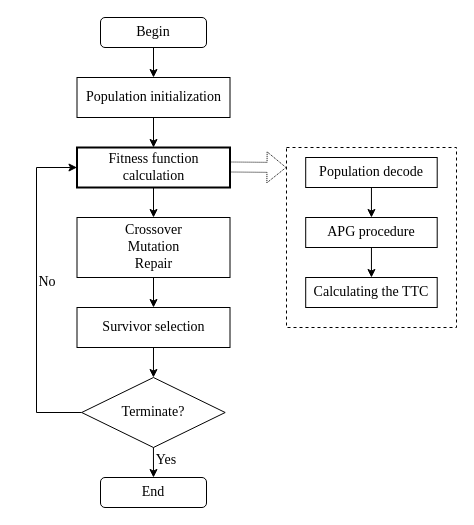
Above: 未命名绘图.drawio in qiaoD/algu (draw.io), before the change. Source tidied: cells renumbered, new cells numbered last; positions are measured from the earlier drawing's top-left corner, leaving out a move shared by most shapes. Both pictures are drawn from the tidied source at 100%, with x=0, y=0 at pixel (17, 17).
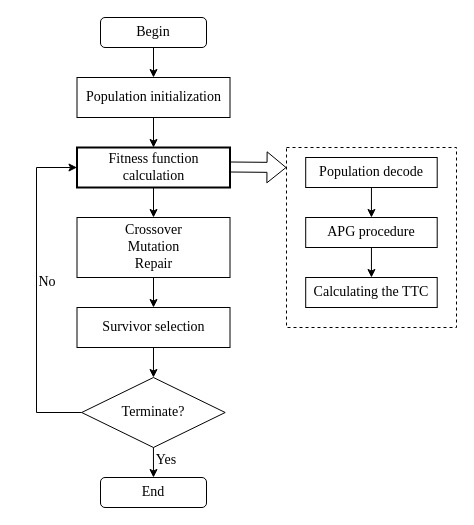
After the change.

Commit message (it also covers changes not shown here):
更新未命名绘图.drawio

Change to the diagram source:
```diff
@@
-    <mxCell id="19" style="shape=flexArrow;endArrow=classic;html=1;rounded=0;fontFamily=Times New Roman;fontSize=14;dashed=1;strokeWidth=1;dashPattern=1 1;" parent="1" edge="1">
+    <mxCell id="19" style="shape=flexArrow;endArrow=classic;html=1;rounded=0;fontFamily=Times New Roman;fontSize=14;strokeWidth=1;" parent="1" edge="1">
       <mxGeometry relative="1" as="geometry">
         <mxPoint x="212.5" y="149.5" as="sourcePoint" />
         <mxPoint x="269" y="150" as="targetPoint" />
       </mxGeometry>
     </mxCell>
```
